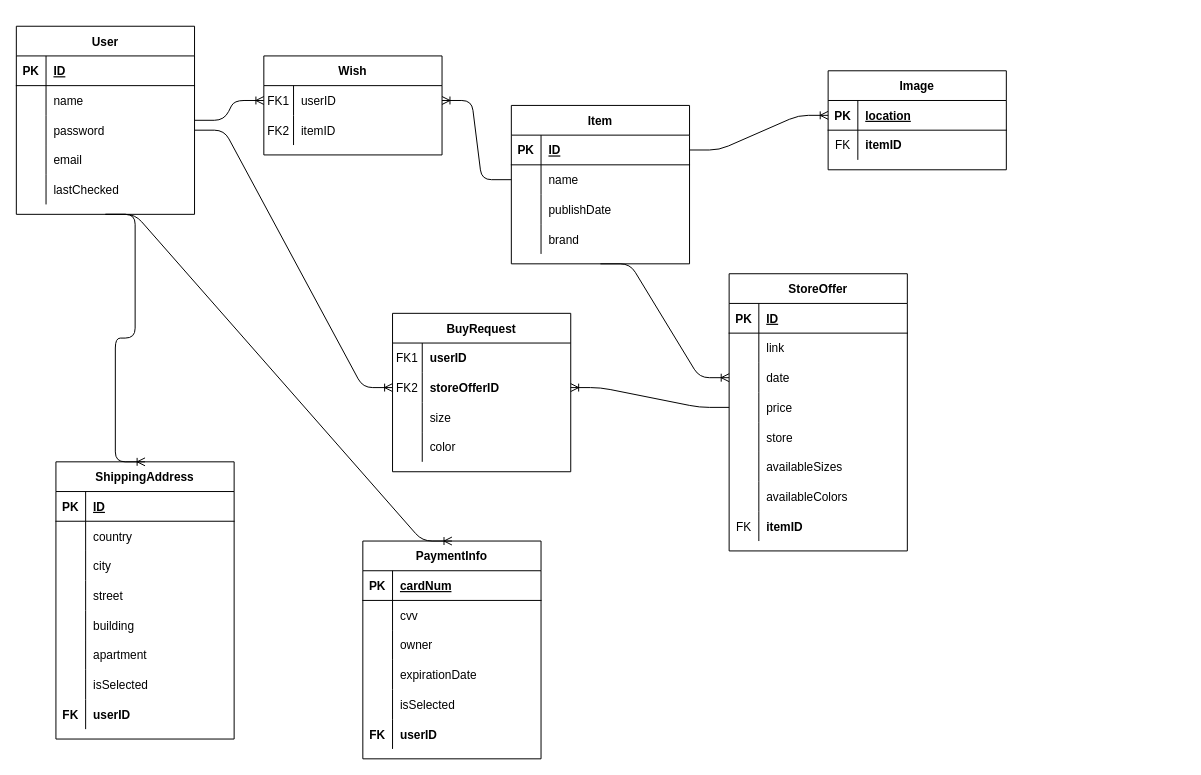
The draw.io diagram misc/er_diagram.drawio in BobbyLilD/SneakerCop, before the edit. Source tidied: cells renumbered, new cells numbered last; positions are measured from the earlier drawing's top-left corner, leaving out a move shared by most shapes. Both pictures are drawn from the tidied source at 99%, with x=0, y=0 at pixel (16, 26).
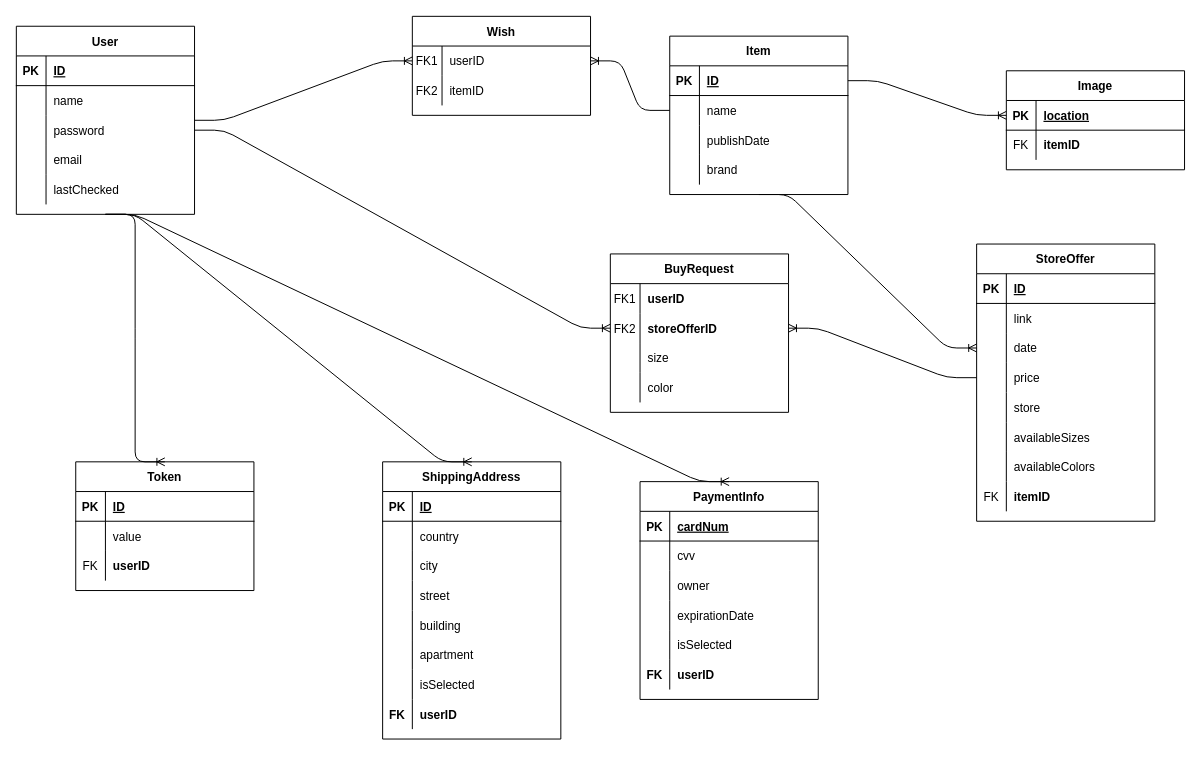
After the change.

Unchanged cells that the change refers to:
```xml
<mxCell id="2" value="User" style="shape=table;startSize=30;childLayout=tableLayout;rowLines=0;fontStyle=1;align=center;" parent="1" vertex="1">
  <mxGeometry width="180" height="190" as="geometry" />
</mxCell>
```

Change to the diagram source:
```diff
@@
     <mxCell id="18" value="Item" style="shape=table;startSize=30;childLayout=tableLayout;rowLines=0;fontStyle=1;align=center;" parent="1" vertex="1">
-      <mxGeometry x="500" y="80" width="180" height="160" as="geometry" />
+      <mxGeometry x="660" y="10" width="180" height="160" as="geometry" />
     </mxCell>
@@
     <mxCell id="31" value="Wish" style="shape=table;startSize=30;childLayout=tableLayout;rowLines=0;fontStyle=1;align=center;fillColor=none;" parent="1" vertex="1">
-      <mxGeometry x="250" y="30" width="180" height="100" as="geometry" />
+      <mxGeometry x="400" y="-10" width="180" height="100" as="geometry" />
     </mxCell>
@@
     <mxCell id="40" value="StoreOffer" style="shape=table;startSize=30;childLayout=tableLayout;rowLines=0;fontStyle=1;align=center;fillColor=none;" parent="1" vertex="1">
-      <mxGeometry x="720" y="250" width="180" height="280" as="geometry" />
+      <mxGeometry x="970" y="220" width="180" height="280" as="geometry" />
     </mxCell>
@@
     <mxCell id="66" value="Image" style="shape=table;startSize=30;childLayout=tableLayout;rowLines=0;fontStyle=1;align=center;fillColor=none;" parent="1" vertex="1">
-      <mxGeometry x="820" y="45" width="180" height="100" as="geometry" />
+      <mxGeometry x="1000" y="45" width="180" height="100" as="geometry" />
     </mxCell>
@@
     <mxCell id="74" value="BuyRequest" style="shape=table;startSize=30;childLayout=tableLayout;rowLines=0;fontStyle=1;align=center;fillColor=none;" parent="1" vertex="1">
-      <mxGeometry x="380" y="290" width="180" height="160" as="geometry" />
+      <mxGeometry x="600" y="230" width="180" height="160" as="geometry" />
     </mxCell>
@@
     <mxCell id="89" value="PaymentInfo" style="shape=table;startSize=30;childLayout=tableLayout;rowLines=0;fontStyle=1;align=center;" parent="1" vertex="1">
-      <mxGeometry x="350" y="520" width="180" height="220" as="geometry" />
+      <mxGeometry x="630" y="460" width="180" height="220" as="geometry" />
     </mxCell>
@@
     <mxCell id="109" value="ShippingAddress" style="shape=table;startSize=30;childLayout=tableLayout;rowLines=0;fontStyle=1;align=center;" parent="1" vertex="1">
-      <mxGeometry x="40" y="440" width="180" height="280" as="geometry" />
+      <mxGeometry x="370" y="440" width="180" height="280" as="geometry" />
     </mxCell>
@@
+    <mxCell id="135" value="Token" style="shape=table;startSize=30;childLayout=tableLayout;rowLines=0;fontStyle=1;align=center;" parent="1" vertex="1">
+      <mxGeometry x="60" y="440" width="180" height="130" as="geometry" />
+    </mxCell>
+    <mxCell id="136" style="shape=partialRectangle;fillColor=none;top=0;left=0;bottom=1;right=0;" parent="135" vertex="1">
+      <mxGeometry y="30" width="180" height="30" as="geometry" />
+    </mxCell>
+    <mxCell id="137" value="PK" style="shape=partialRectangle;fillColor=none;top=0;left=0;bottom=0;right=0;fontStyle=1;overflow=hidden;" parent="136" vertex="1">
+      <mxGeometry width="30" height="30" as="geometry" />
+    </mxCell>
+    <mxCell id="138" value="ID" style="shape=partialRectangle;fillColor=none;top=0;left=0;bottom=0;right=0;align=left;spacingLeft=6;fontStyle=5;overflow=hidden;" parent="136" vertex="1">
+      <mxGeometry x="30" width="150" height="30" as="geometry" />
+    </mxCell>
+    <mxCell id="139" style="shape=partialRectangle;fillColor=none;top=0;left=0;bottom=0;right=0;" parent="135" vertex="1">
+      <mxGeometry y="60" width="180" height="30" as="geometry" />
+    </mxCell>
+    <mxCell id="140" style="shape=partialRectangle;fillColor=none;top=0;left=0;bottom=0;right=0;overflow=hidden;" parent="139" vertex="1">
+      <mxGeometry width="30" height="30" as="geometry" />
+    </mxCell>
+    <mxCell id="141" value="value" style="shape=partialRectangle;fillColor=none;top=0;left=0;bottom=0;right=0;align=left;spacingLeft=6;overflow=hidden;" parent="139" vertex="1">
+      <mxGeometry x="30" width="150" height="30" as="geometry" />
+    </mxCell>
+    <mxCell id="142" style="shape=partialRectangle;fillColor=none;top=0;left=0;bottom=0;right=0;" parent="135" vertex="1">
+      <mxGeometry y="90" width="180" height="30" as="geometry" />
+    </mxCell>
+    <mxCell id="143" value="FK" style="shape=partialRectangle;fillColor=none;top=0;left=0;bottom=0;right=0;overflow=hidden;" parent="142" vertex="1">
+      <mxGeometry width="30" height="30" as="geometry" />
+    </mxCell>
+    <mxCell id="144" value="userID" style="shape=partialRectangle;fillColor=none;top=0;left=0;bottom=0;right=0;align=left;spacingLeft=6;overflow=hidden;fontStyle=1;" parent="142" vertex="1">
+      <mxGeometry x="30" width="150" height="30" as="geometry" />
+    </mxCell>
+    <mxCell id="145" style="edgeStyle=entityRelationEdgeStyle;fontSize=12;html=1;endArrow=ERoneToMany;exitX=0.5;exitY=1;exitDx=0;exitDy=0;entryX=0.5;entryY=0;entryDx=0;entryDy=0;" parent="1" edge="1" source="2" target="135">
+      <mxGeometry relative="1" as="geometry" />
+    </mxCell>
```
